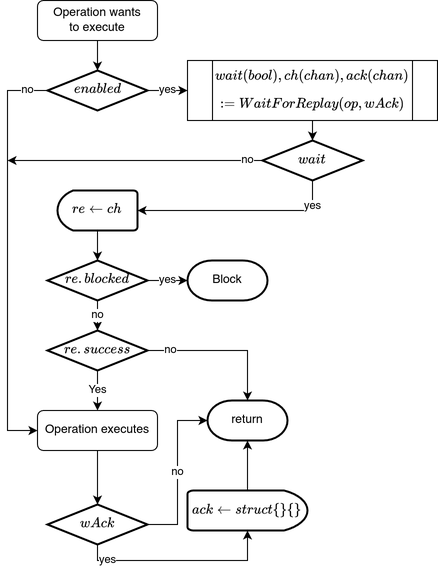
This is doc/img/replayInOp.png from ErikKassubek/ADVOCATE, a draw.io export, as it was before one commit. Source tidied: cells renumbered, new cells last; positions are measured from the earlier drawing's top-left corner, leaving out a move shared by most shapes.
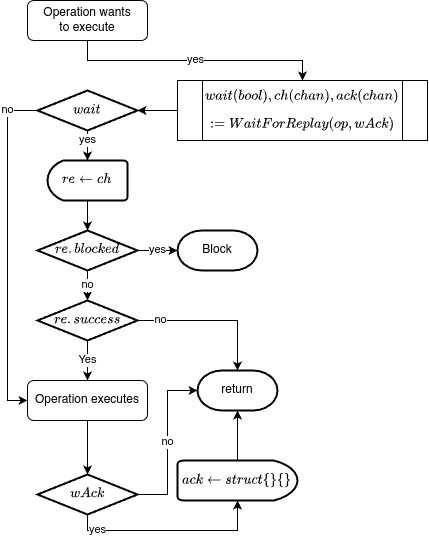
Later version of the same file.

Change to the diagram source:
```diff
@@ -3,61 +3,43 @@
     <mxCell id="0" />
     <mxCell id="1" parent="0" />
     <mxCell id="2" value="Operation wants&lt;div&gt;to execute&lt;/div&gt;" style="rounded=1;whiteSpace=wrap;html=1;" parent="1" vertex="1">
-      <mxGeometry x="30" width="120" height="40" as="geometry" />
+      <mxGeometry x="30" y="30" width="120" height="40" as="geometry" />
     </mxCell>
-    <mxCell id="3" value="no" style="edgeStyle=orthogonalEdgeStyle;rounded=0;jettySize=auto;html=1;" parent="1" edge="1" source="5" target="7">
-      <mxGeometry x="-0.9" relative="1" as="geometry">
-        <Array as="points">
-          <mxPoint y="90" />
-          <mxPoint y="430" />
-        </Array>
-      </mxGeometry>
-    </mxCell>
-    <mxCell id="4" value="yes" style="edgeStyle=orthogonalEdgeStyle;rounded=0;jettySize=auto;html=1;" parent="1" edge="1" source="5" target="8">
+    <mxCell id="4" value="yes" style="edgeStyle=orthogonalEdgeStyle;rounded=0;jettySize=auto;html=1;exitX=0.5;exitY=1;exitDx=0;exitDy=0;" parent="1" edge="1" source="2" target="8">
       <mxGeometry relative="1" as="geometry" />
     </mxCell>
-    <mxCell id="5" value="\[enabled\]" style="strokeWidth=2;html=1;shape=mxgraph.flowchart.decision;whiteSpace=wrap;" parent="1" vertex="1">
-      <mxGeometry x="40" y="70" width="100" height="40" as="geometry" />
-    </mxCell>
-    <mxCell id="6" style="edgeStyle=orthogonalEdgeStyle;rounded=0;jettySize=auto;html=1;exitX=0.5;exitY=1;exitDx=0;exitDy=0;entryX=0.5;entryY=0;entryDx=0;entryDy=0;entryPerimeter=0;" parent="1" edge="1" source="2" target="5">
-      <mxGeometry relative="1" as="geometry" />
-    </mxCell>
     <mxCell id="7" value="Operation executes" style="rounded=1;whiteSpace=wrap;html=1;" parent="1" vertex="1">
       <mxGeometry x="30" y="410" width="120" height="40" as="geometry" />
     </mxCell>
     <mxCell id="8" value="\[wait (bool), ch (chan), ack (chan)\] \[:= WaitForReplay(op, wAck)\]" style="shape=process;whiteSpace=wrap;html=1;backgroundOutline=1;" parent="1" vertex="1">
-      <mxGeometry x="180" y="60" width="250" height="60" as="geometry" />
+      <mxGeometry x="180" y="110" width="250" height="60" as="geometry" />
     </mxCell>
-    <mxCell id="9" value="no" style="edgeStyle=orthogonalEdgeStyle;rounded=0;jettySize=auto;html=1;endArrow=classic;startFill=0;endFill=1;" parent="1" edge="1" source="10">
-      <mxGeometry x="-0.88" relative="1" as="geometry">
-        <mxPoint y="160" as="targetPoint" />
-        <Array as="points">
-          <mxPoint x="60" y="160" />
-          <mxPoint x="60" y="160" />
-        </Array>
-      </mxGeometry>
-    </mxCell>
+    <mxCell id="13" value="yes" style="edgeStyle=orthogonalEdgeStyle;rounded=0;jettySize=auto;html=1;exitX=0.5;exitY=1;exitDx=0;exitDy=0;exitPerimeter=0;" parent="1" edge="1" source="10" target="12">
+      <mxGeometry x="0.2" relative="1" as="geometry" />
+    </mxCell>
+    <mxCell id="29" value="no" style="edgeStyle=orthogonalEdgeStyle;rounded=0;jettySize=auto;html=1;exitX=0;exitY=0.5;exitDx=0;exitDy=0;exitPerimeter=0;entryX=0;entryY=0.5;entryDx=0;entryDy=0;" parent="1" edge="1" source="10" target="7">
+      <mxGeometry x="-0.82" relative="1" as="geometry">
+        <Array as="points">
+          <mxPoint x="10" y="140" />
+          <mxPoint x="10" y="430" />
+        </Array>
+      </mxGeometry>
+    </mxCell>
     <mxCell id="10" value="\[wait\]" style="strokeWidth=2;html=1;shape=mxgraph.flowchart.decision;whiteSpace=wrap;" parent="1" vertex="1">
-      <mxGeometry x="255" y="140" width="100" height="40" as="geometry" />
+      <mxGeometry x="40" y="120" width="100" height="40" as="geometry" />
     </mxCell>
-    <mxCell id="11" style="edgeStyle=orthogonalEdgeStyle;rounded=0;jettySize=auto;html=1;exitX=0.5;exitY=1;exitDx=0;exitDy=0;entryX=0.5;entryY=0;entryDx=0;entryDy=0;entryPerimeter=0;" parent="1" edge="1" source="8" target="10">
-      <mxGeometry relative="1" as="geometry" />
-    </mxCell>
+    <mxCell id="16" style="edgeStyle=orthogonalEdgeStyle;rounded=0;jettySize=auto;html=1;exitX=0.5;exitY=1;exitDx=0;exitDy=0;exitPerimeter=0;" parent="1" edge="1" source="12" target="15">
+      <mxGeometry relative="1" as="geometry" />
+    </mxCell>
     <mxCell id="12" value="\[re \gets ch\]" style="strokeWidth=2;html=1;shape=mxgraph.flowchart.delay;whiteSpace=wrap;flipH=1;" parent="1" vertex="1">
       <mxGeometry x="50" y="190" width="80" height="40" as="geometry" />
     </mxCell>
-    <mxCell id="13" value="yes" style="edgeStyle=orthogonalEdgeStyle;rounded=0;jettySize=auto;html=1;exitX=0.5;exitY=1;exitDx=0;exitDy=0;exitPerimeter=0;entryX=0;entryY=0.5;entryDx=0;entryDy=0;entryPerimeter=0;" parent="1" edge="1" source="10" target="12">
-      <mxGeometry x="-0.74" relative="1" as="geometry" />
-    </mxCell>
     <mxCell id="14" value="yes" style="edgeStyle=orthogonalEdgeStyle;rounded=0;jettySize=auto;html=1;exitX=1;exitY=0.5;exitDx=0;exitDy=0;exitPerimeter=0;" parent="1" edge="1" source="15" target="17">
       <mxGeometry relative="1" as="geometry" />
     </mxCell>
     <mxCell id="15" value="\[re.blocked\]" style="strokeWidth=2;html=1;shape=mxgraph.flowchart.decision;whiteSpace=wrap;" parent="1" vertex="1">
       <mxGeometry x="40" y="260" width="100" height="40" as="geometry" />
     </mxCell>
-    <mxCell id="16" style="edgeStyle=orthogonalEdgeStyle;rounded=0;jettySize=auto;html=1;exitX=0.5;exitY=1;exitDx=0;exitDy=0;exitPerimeter=0;entryX=0.5;entryY=0;entryDx=0;entryDy=0;entryPerimeter=0;" parent="1" edge="1" source="12" target="15">
-      <mxGeometry relative="1" as="geometry" />
-    </mxCell>
     <mxCell id="17" value="Block" style="strokeWidth=2;html=1;shape=mxgraph.flowchart.terminator;whiteSpace=wrap;" parent="1" vertex="1">
       <mxGeometry x="180" y="260" width="80" height="40" as="geometry" />
     </mxCell>
@@ -99,5 +81,8 @@
     <mxCell id="28" value="return" style="strokeWidth=2;html=1;shape=mxgraph.flowchart.terminator;whiteSpace=wrap;" parent="1" vertex="1">
       <mxGeometry x="200" y="400" width="80" height="40" as="geometry" />
     </mxCell>
+    <mxCell id="11" style="edgeStyle=orthogonalEdgeStyle;rounded=0;jettySize=auto;html=1;exitX=0;exitY=0.5;exitDx=0;exitDy=0;entryX=1;entryY=0.5;entryDx=0;entryDy=0;entryPerimeter=0;" parent="1" edge="1" source="8" target="10">
+      <mxGeometry relative="1" as="geometry" />
+    </mxCell>
   </root>
 </mxGraphModel>
```
